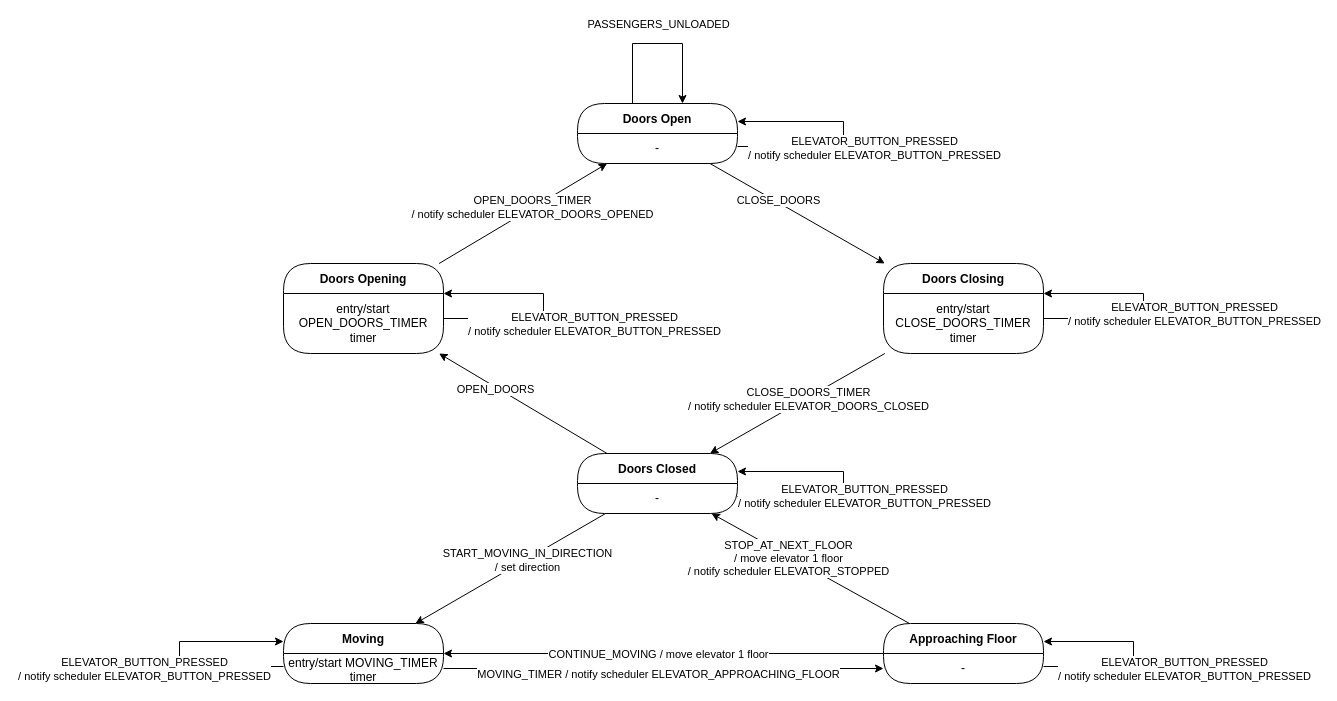
This is page "Elevator" (1 of 3) of UML_Diagrams/UML_State_Diagram.drawio from robsim378/sysc_3303_project, a draw.io file, before an edit. Source tidied: cells renumbered, new cells numbered last; positions are measured from the earlier drawing's top-left corner, leaving out a move shared by most shapes. Both pictures are drawn from the tidied source at 100%, with x=0, y=0 at pixel (179, 43).
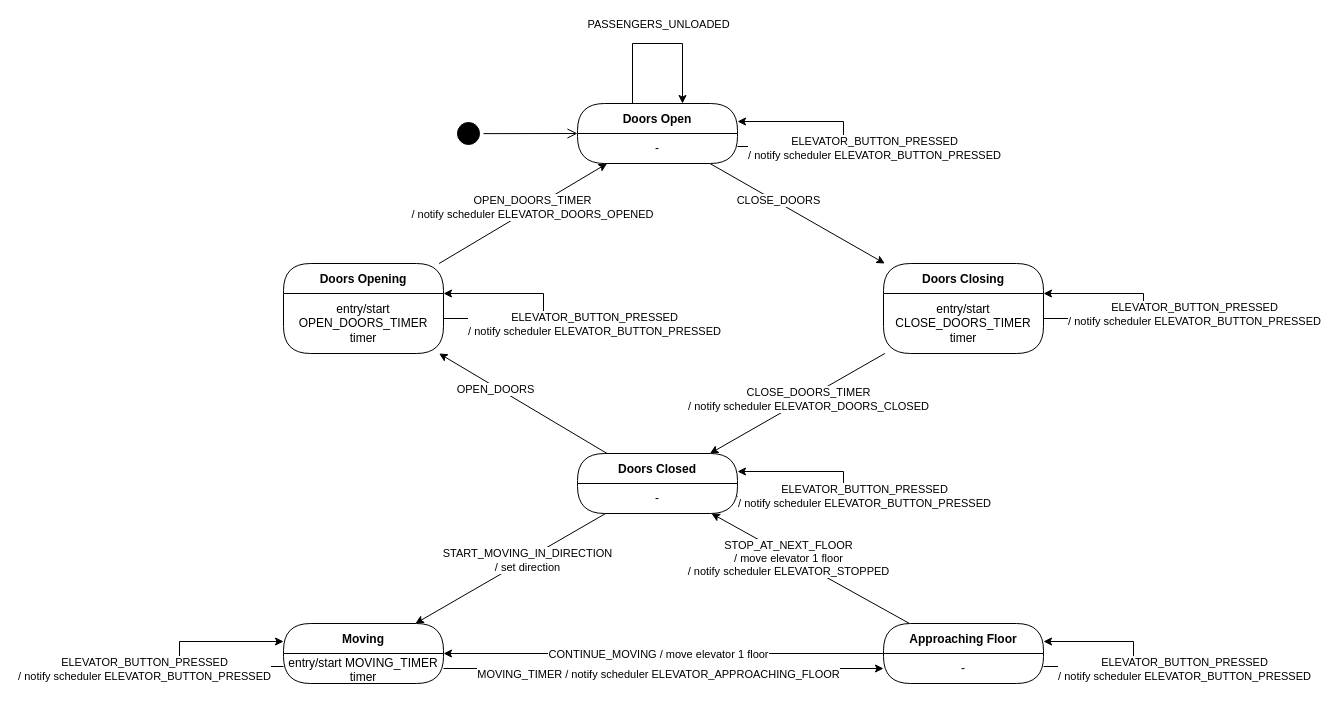
The same diagram, later.

Unchanged cells that the change refers to:
```xml
<mxCell id="4" value="Doors Open" style="swimlane;fontStyle=1;align=center;verticalAlign=middle;horizontal=1;startSize=30;fontColor=#000000;rounded=1;arcSize=30;strokeColor=#000000;fillColor=#FFFFFF;swimlaneFillColor=#FFFFFF;" parent="1" vertex="1">
  <mxGeometry x="398" y="60" width="160" height="60" as="geometry" />
</mxCell>
```

What changed in the source:
```diff
@@
+    <mxCell id="44" style="ellipse;html=1;shape=startState;fillColor=#000000;strokeColor=#000000;" parent="1" vertex="1">
+      <mxGeometry x="274" y="75" width="30" height="30" as="geometry" />
+    </mxCell>
+    <mxCell id="45" style="html=1;verticalAlign=bottom;endArrow=open;endSize=8;strokeColor=#000000;rounded=0;entryX=0;entryY=0.5;entryDx=0;entryDy=0;" parent="1" edge="1" source="44" target="4">
+      <mxGeometry relative="1" as="geometry" />
+    </mxCell>
```
